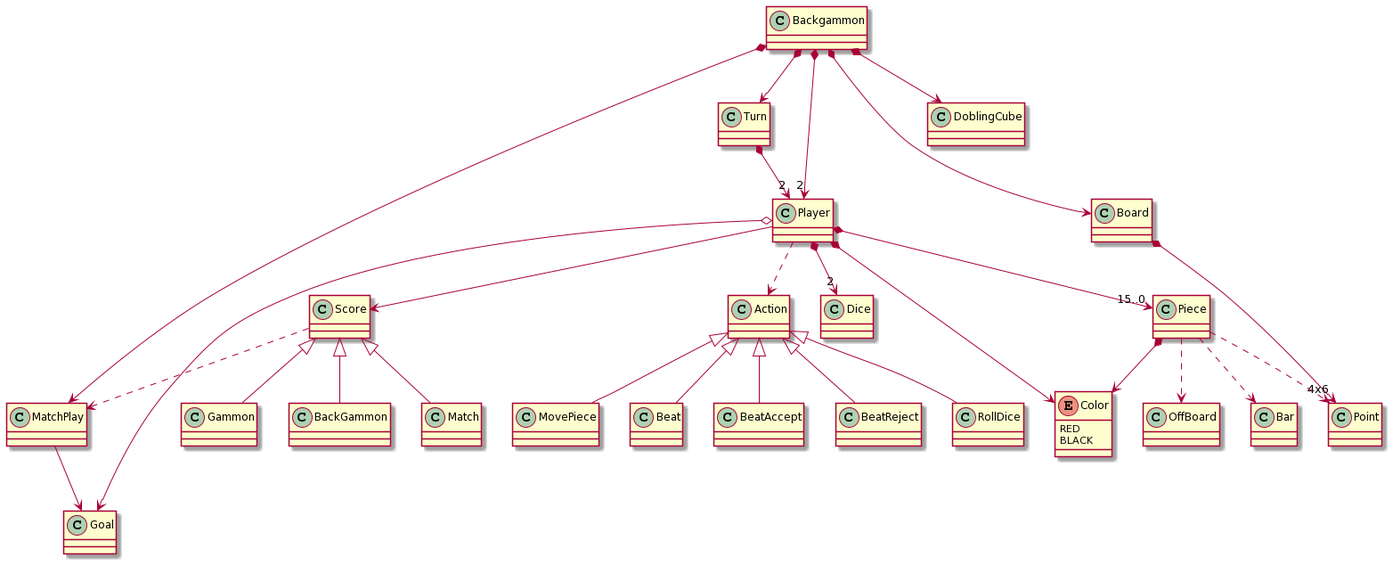
Before: domain_model/domain_model.png, a diagram exported from PlantUML (USantaTecla-game-backgammon/backgammon).
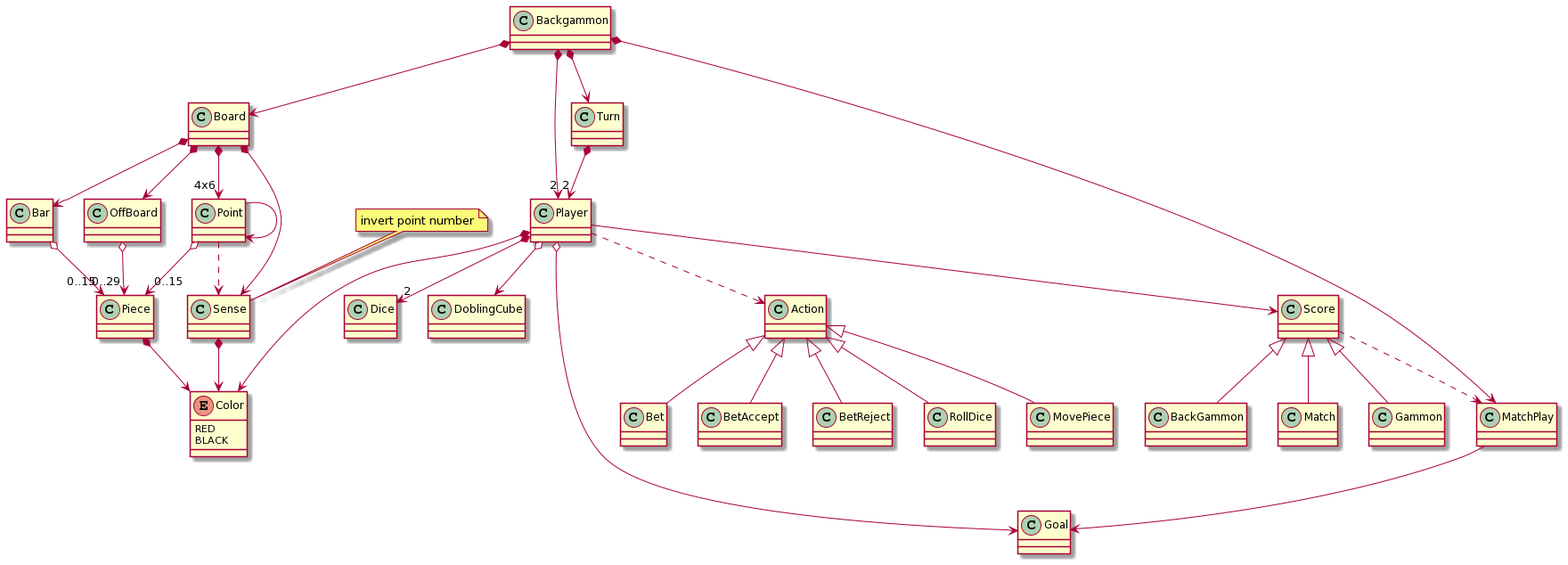
The same file after the commit.

Commit message:
Fix Domain Model. Add Sense relation. Close #4 #3

Diff of the diagram source:
```diff
@@ -40,9 +40,12 @@
 class Action {}
 class RollDice {}
 class MovePiece {}
-class Beat {}
-class BeatAccept {}
-class BeatReject {}
+class Bet {}
+class BetAccept {}
+class BetReject {}
+
+class Sense{}
+note top: invert point number
 
 Player --> Score
 Score ..> MatchPlay
@@ -53,23 +56,31 @@
 Backgammon *--> MatchPlay
 Backgammon *--> Board
 Backgammon *--> Turn
-Backgammon *--> DoblingCube
+Player o--> DoblingCube
 Turn *--> "2" Player
 Backgammon *--> "2" Player
 Board *--> "4x6" Point
+Board *--> Bar
+Board *--> OffBoard
 Player *--> Color
 Piece *--> Color
-Piece ..> Point
-Piece ..> OffBoard
-Piece ..> Bar
-Player *--> "15..0" Piece
+Point --> Point
+
+Board *--> Sense
+Sense *--> Color
+Point ..> Sense
+
+OffBoard o--> "0..29" Piece
+Bar o--> "0..15" Piece
+Point o--> "0..15" Piece
+
 Player *--> "2" Dice
 Player o--> Goal
 Player ..> Action
 
 Action <|-- RollDice
 Action <|-- MovePiece
-Action <|-- Beat
-Action <|-- BeatAccept
-Action <|-- BeatReject
+Action <|-- Bet
+Action <|-- BetAccept
+Action <|-- BetReject
 @enduml
```
